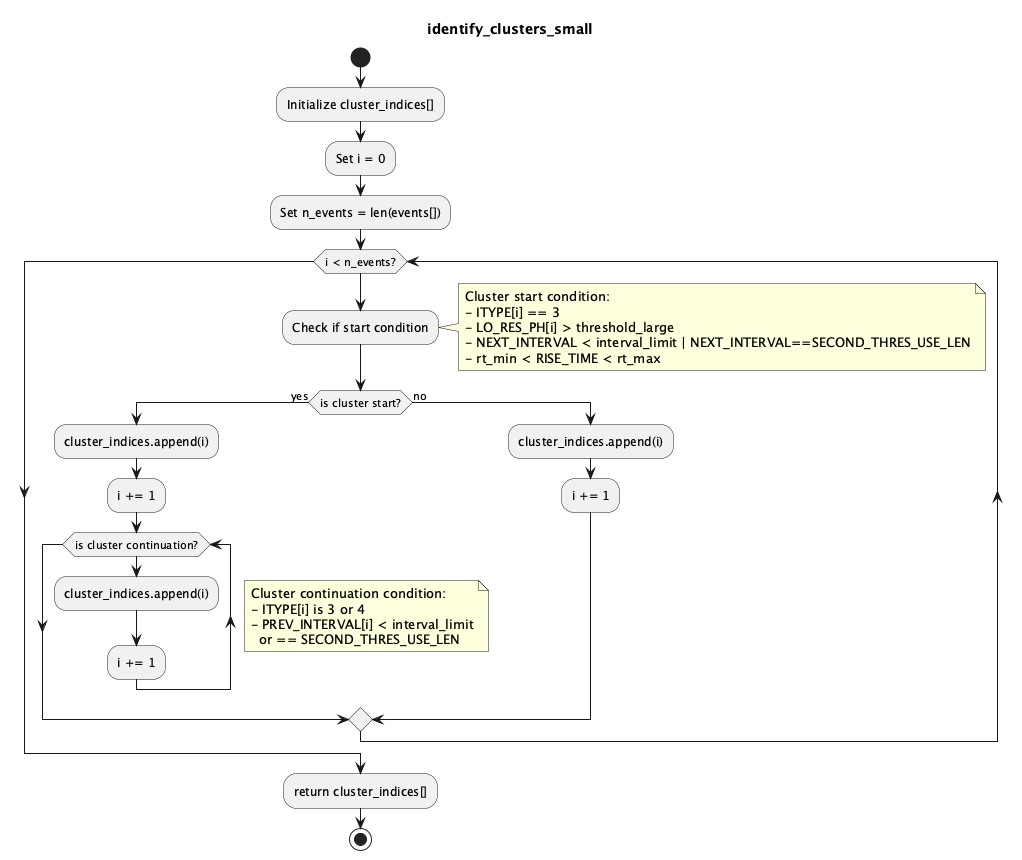
The PlantUML diagram resolve/ftools/rslcluster/logic_cluster_small.png in yamadasuzaku/rksysoft, before a commit.
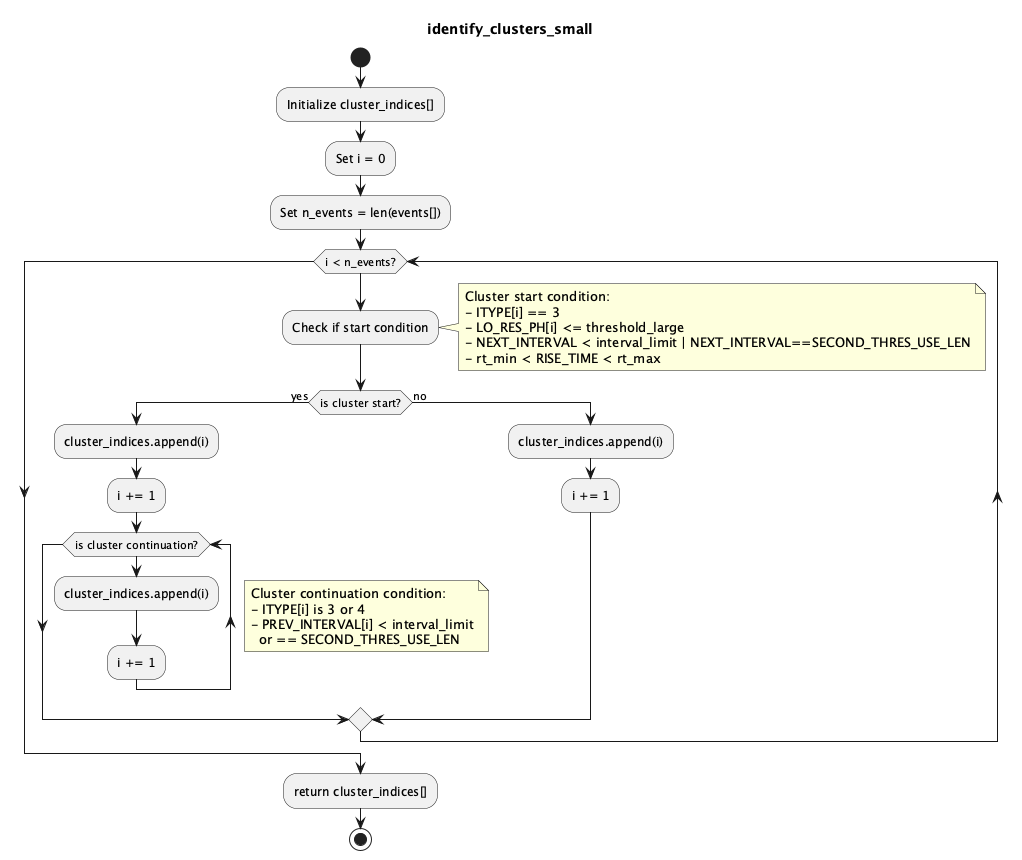
After the commit.

Diff of the diagram source:
```diff
@@ -13,7 +13,7 @@
   note right
   Cluster start condition:
   - ITYPE[i] == 3
-  - LO_RES_PH[i] > threshold_large
+  - LO_RES_PH[i] <= threshold_large
   - NEXT_INTERVAL < interval_limit | NEXT_INTERVAL==SECOND_THRES_USE_LEN
   - rt_min < RISE_TIME < rt_max
   end note
```
